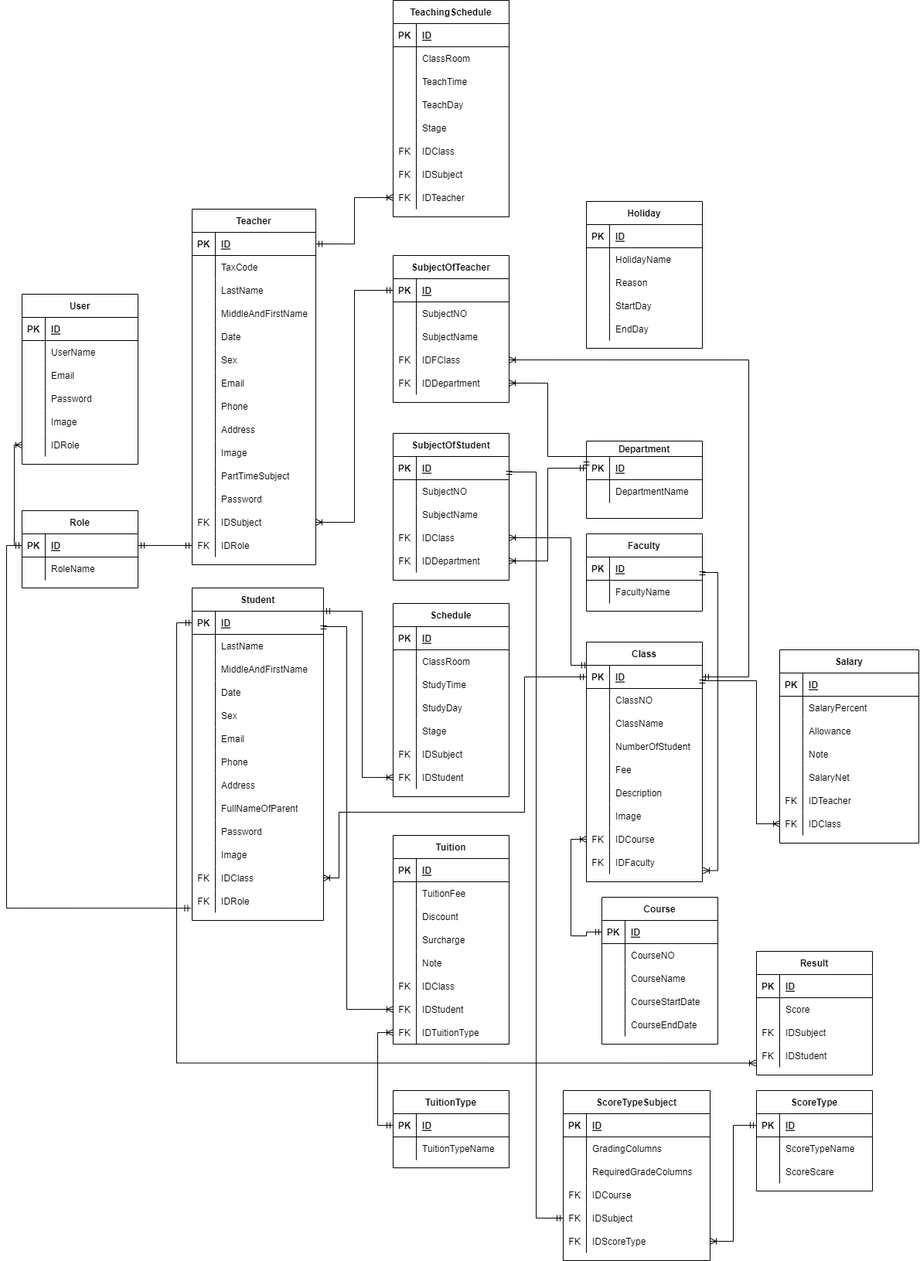
The draw.io diagram CourseSignupSystem.drawio.png in taogiakhanh147/TaoGiaKhanh_CourseSignupSystem, before a commit. Source tidied: cells renumbered, new cells last; positions are measured from the earlier drawing's top-left corner, leaving out a move shared by most shapes.
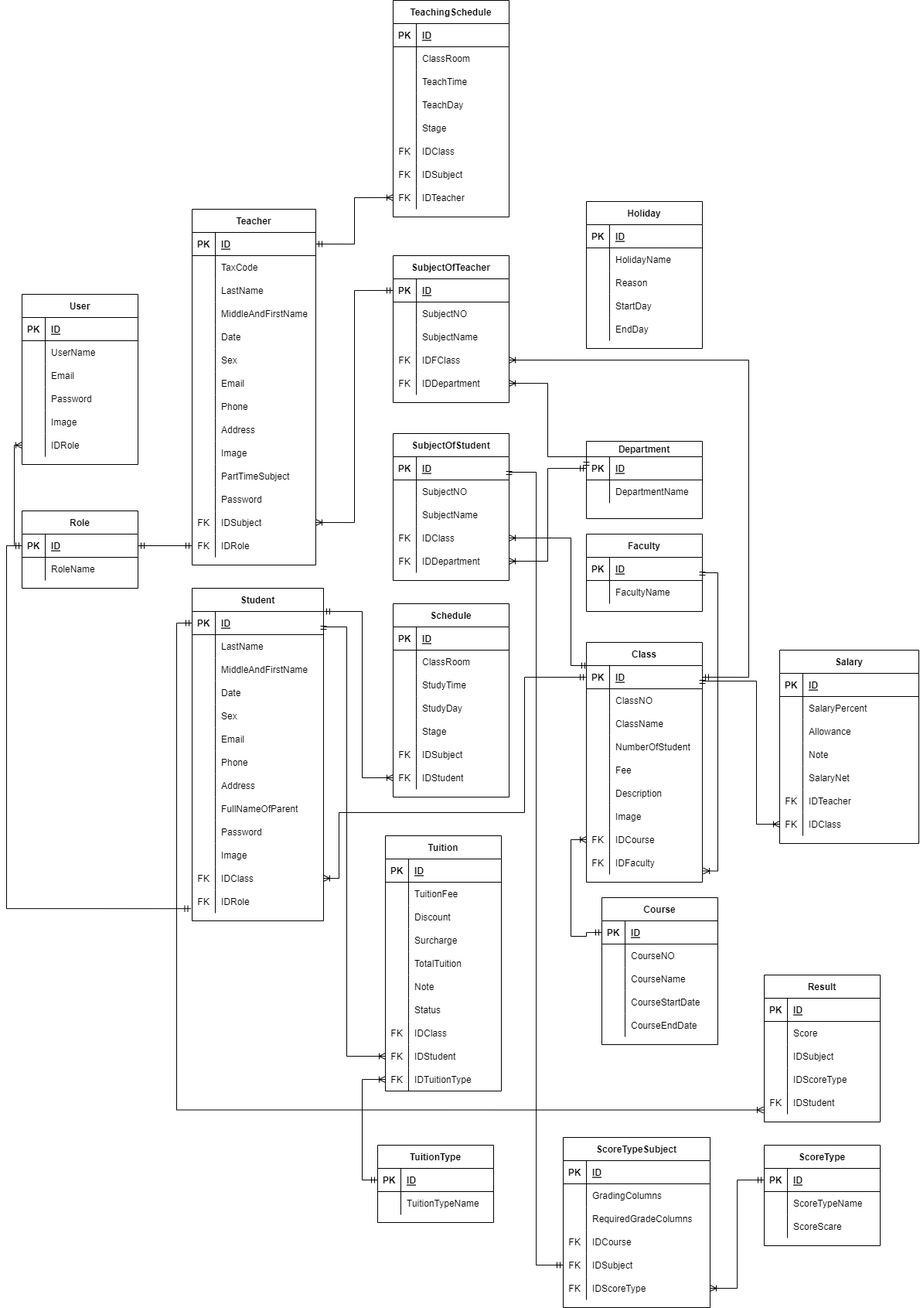
The same file after the commit.

The edit, as a diff of the source:
```diff
@@ -144,7 +144,7 @@
       <mxGeometry x="30" width="140" height="30" as="geometry" />
     </mxCell>
     <mxCell id="49" value="Tuition" style="shape=table;startSize=30;rowLines=0;fontStyle=1;align=center;" parent="1" vertex="1">
-      <mxGeometry x="490" y="1080" width="150" height="270" as="geometry" />
+      <mxGeometry x="480" y="1080" width="150" height="330" as="geometry" />
     </mxCell>
     <mxCell id="50" style="shape=partialRectangle;fillColor=none;top=0;left=0;right=0;bottom=1;" parent="49" vertex="1">
       <mxGeometry y="30" width="150" height="30" as="geometry" />
@@ -188,11 +188,29 @@
     <mxCell id="63" style="shape=partialRectangle;overflow=hidden;fillColor=none;top=0;left=0;bottom=0;right=0;" parent="62" vertex="1">
       <mxGeometry width="30" height="30" as="geometry" />
     </mxCell>
-    <mxCell id="64" value="Note" style="shape=partialRectangle;overflow=hidden;fillColor=none;top=0;left=0;bottom=0;right=0;align=left;spacingLeft=6;" parent="62" vertex="1">
+    <mxCell id="64" value="TotalTuition" style="shape=partialRectangle;overflow=hidden;fillColor=none;top=0;left=0;bottom=0;right=0;align=left;spacingLeft=6;" parent="62" vertex="1">
       <mxGeometry x="30" width="120" height="30" as="geometry" />
     </mxCell>
+    <mxCell id="379" style="shape=partialRectangle;fillColor=none;top=0;left=0;right=0;bottom=0;" parent="49" vertex="1">
+      <mxGeometry y="180" width="150" height="30" as="geometry" />
+    </mxCell>
+    <mxCell id="380" style="shape=partialRectangle;overflow=hidden;fillColor=none;top=0;left=0;bottom=0;right=0;" parent="379" vertex="1">
+      <mxGeometry width="30" height="30" as="geometry" />
+    </mxCell>
+    <mxCell id="381" value="Note" style="shape=partialRectangle;overflow=hidden;fillColor=none;top=0;left=0;bottom=0;right=0;align=left;spacingLeft=6;" parent="379" vertex="1">
+      <mxGeometry x="30" width="120" height="30" as="geometry" />
+    </mxCell>
+    <mxCell id="382" style="shape=partialRectangle;fillColor=none;top=0;left=0;right=0;bottom=0;" parent="49" vertex="1">
+      <mxGeometry y="210" width="150" height="30" as="geometry" />
+    </mxCell>
+    <mxCell id="383" style="shape=partialRectangle;overflow=hidden;fillColor=none;top=0;left=0;bottom=0;right=0;" parent="382" vertex="1">
+      <mxGeometry width="30" height="30" as="geometry" />
+    </mxCell>
+    <mxCell id="384" value="Status" style="shape=partialRectangle;overflow=hidden;fillColor=none;top=0;left=0;bottom=0;right=0;align=left;spacingLeft=6;" parent="382" vertex="1">
+      <mxGeometry x="30" width="120" height="30" as="geometry" />
+    </mxCell>
     <mxCell id="65" style="shape=partialRectangle;fillColor=none;top=0;left=0;right=0;bottom=0;" parent="49" vertex="1">
-      <mxGeometry y="180" width="150" height="30" as="geometry" />
+      <mxGeometry y="240" width="150" height="30" as="geometry" />
     </mxCell>
     <mxCell id="66" value="FK" style="shape=partialRectangle;overflow=hidden;fillColor=none;top=0;left=0;bottom=0;right=0;" parent="65" vertex="1">
       <mxGeometry width="30" height="30" as="geometry" />
@@ -201,7 +219,7 @@
       <mxGeometry x="30" width="120" height="30" as="geometry" />
     </mxCell>
     <mxCell id="68" style="shape=partialRectangle;fillColor=none;points=[[0,0.5],[1,0.5]];portConstraint=eastwest;top=0;left=0;right=0;bottom=0;" parent="49" vertex="1">
-      <mxGeometry y="210" width="150" height="30" as="geometry" />
+      <mxGeometry y="270" width="150" height="30" as="geometry" />
     </mxCell>
     <mxCell id="69" value="FK" style="shape=partialRectangle;overflow=hidden;fillColor=none;top=0;left=0;bottom=0;right=0;" parent="68" vertex="1">
       <mxGeometry width="30" height="30" as="geometry" />
@@ -210,7 +228,7 @@
       <mxGeometry x="30" width="120" height="30" as="geometry" />
     </mxCell>
     <mxCell id="71" style="shape=partialRectangle;fillColor=none;points=[[0,0.5],[1,0.5]];portConstraint=eastwest;top=0;left=0;right=0;bottom=0;" parent="49" vertex="1">
-      <mxGeometry y="240" width="150" height="30" as="geometry" />
+      <mxGeometry y="300" width="150" height="30" as="geometry" />
     </mxCell>
     <mxCell id="72" value="FK" style="shape=partialRectangle;overflow=hidden;fillColor=none;top=0;left=0;bottom=0;right=0;" parent="71" vertex="1">
       <mxGeometry width="30" height="30" as="geometry" />
@@ -223,7 +241,7 @@
         <Array as="points">
           <mxPoint x="400" y="810" />
           <mxPoint x="430" y="810" />
-          <mxPoint x="430" y="1305" />
+          <mxPoint x="430" y="1365" />
         </Array>
       </mxGeometry>
     </mxCell>
@@ -761,7 +779,7 @@
       </mxGeometry>
     </mxCell>
     <mxCell id="246" value="Result" style="shape=table;startSize=30;rowLines=0;fontStyle=1;align=center;" parent="1" vertex="1">
-      <mxGeometry x="960" y="1230" width="150" height="160" as="geometry" />
+      <mxGeometry x="970" y="1260" width="150" height="190" as="geometry" />
     </mxCell>
     <mxCell id="247" style="shape=partialRectangle;fillColor=none;top=0;left=0;right=0;bottom=1;" parent="246" vertex="1">
       <mxGeometry y="30" width="150" height="30" as="geometry" />
@@ -784,14 +802,23 @@
     <mxCell id="253" style="shape=partialRectangle;fillColor=none;top=0;left=0;right=0;bottom=0;" parent="246" vertex="1">
       <mxGeometry y="90" width="150" height="30" as="geometry" />
     </mxCell>
-    <mxCell id="254" value="FK" style="shape=partialRectangle;overflow=hidden;fillColor=none;top=0;left=0;bottom=0;right=0;" parent="253" vertex="1">
+    <mxCell id="254" style="shape=partialRectangle;overflow=hidden;fillColor=none;top=0;left=0;bottom=0;right=0;" parent="253" vertex="1">
       <mxGeometry width="30" height="30" as="geometry" />
     </mxCell>
     <mxCell id="255" value="IDSubject" style="shape=partialRectangle;overflow=hidden;fillColor=none;top=0;left=0;bottom=0;right=0;align=left;spacingLeft=6;" parent="253" vertex="1">
       <mxGeometry x="30" width="120" height="30" as="geometry" />
     </mxCell>
+    <mxCell id="385" style="shape=partialRectangle;fillColor=none;top=0;left=0;right=0;bottom=0;" parent="246" vertex="1">
+      <mxGeometry y="120" width="150" height="30" as="geometry" />
+    </mxCell>
+    <mxCell id="386" style="shape=partialRectangle;overflow=hidden;fillColor=none;top=0;left=0;bottom=0;right=0;" parent="385" vertex="1">
+      <mxGeometry width="30" height="30" as="geometry" />
+    </mxCell>
+    <mxCell id="387" value="IDScoreType" style="shape=partialRectangle;overflow=hidden;fillColor=none;top=0;left=0;bottom=0;right=0;align=left;spacingLeft=6;" parent="385" vertex="1">
+      <mxGeometry x="30" width="120" height="30" as="geometry" />
+    </mxCell>
     <mxCell id="256" style="shape=partialRectangle;fillColor=none;points=[[0,0.5],[1,0.5]];portConstraint=eastwest;top=0;left=0;right=0;bottom=0;" parent="246" vertex="1">
-      <mxGeometry y="120" width="150" height="30" as="geometry" />
+      <mxGeometry y="150" width="150" height="30" as="geometry" />
     </mxCell>
     <mxCell id="257" value="FK" style="shape=partialRectangle;overflow=hidden;fillColor=none;top=0;left=0;bottom=0;right=0;" parent="256" vertex="1">
       <mxGeometry width="30" height="30" as="geometry" />
@@ -800,7 +827,7 @@
       <mxGeometry x="30" width="120" height="30" as="geometry" />
     </mxCell>
     <mxCell id="259" value="ScoreTypeSubject" style="shape=table;startSize=30;rowLines=0;fontStyle=1;align=center;" parent="1" vertex="1">
-      <mxGeometry x="710" y="1410" width="190" height="220" as="geometry" />
+      <mxGeometry x="710" y="1470" width="190" height="220" as="geometry" />
     </mxCell>
     <mxCell id="260" style="shape=partialRectangle;fillColor=none;top=0;left=0;right=0;bottom=1;" parent="259" vertex="1">
       <mxGeometry y="30" width="190" height="30" as="geometry" />
@@ -860,7 +887,7 @@
       <mxGeometry relative="1" as="geometry" />
     </mxCell>
     <mxCell id="279" value="TuitionType" style="shape=table;startSize=30;rowLines=0;fontStyle=1;align=center;" parent="1" vertex="1">
-      <mxGeometry x="490" y="1410" width="150" height="100" as="geometry" />
+      <mxGeometry x="470" y="1480" width="150" height="100" as="geometry" />
     </mxCell>
     <mxCell id="280" style="shape=partialRectangle;fillColor=none;points=[[0,0.5],[1,0.5]];portConstraint=eastwest;top=0;left=0;right=0;bottom=1;" parent="279" vertex="1">
       <mxGeometry y="30" width="150" height="30" as="geometry" />
@@ -884,7 +911,7 @@
       <mxGeometry relative="1" as="geometry" />
     </mxCell>
     <mxCell id="287" value="ScoreType" style="shape=table;startSize=30;rowLines=0;fontStyle=1;align=center;" parent="1" vertex="1">
-      <mxGeometry x="960" y="1410" width="150" height="130" as="geometry" />
+      <mxGeometry x="970" y="1480" width="150" height="130" as="geometry" />
     </mxCell>
     <mxCell id="288" style="shape=partialRectangle;fillColor=none;points=[[0,0.5],[1,0.5]];portConstraint=eastwest;top=0;left=0;right=0;bottom=1;" parent="287" vertex="1">
       <mxGeometry y="30" width="150" height="30" as="geometry" />
@@ -918,7 +945,7 @@
         <Array as="points">
           <mxPoint x="640" y="610" />
           <mxPoint x="675" y="610" />
-          <mxPoint x="675" y="1575" />
+          <mxPoint x="675" y="1635" />
         </Array>
       </mxGeometry>
     </mxCell>
```
